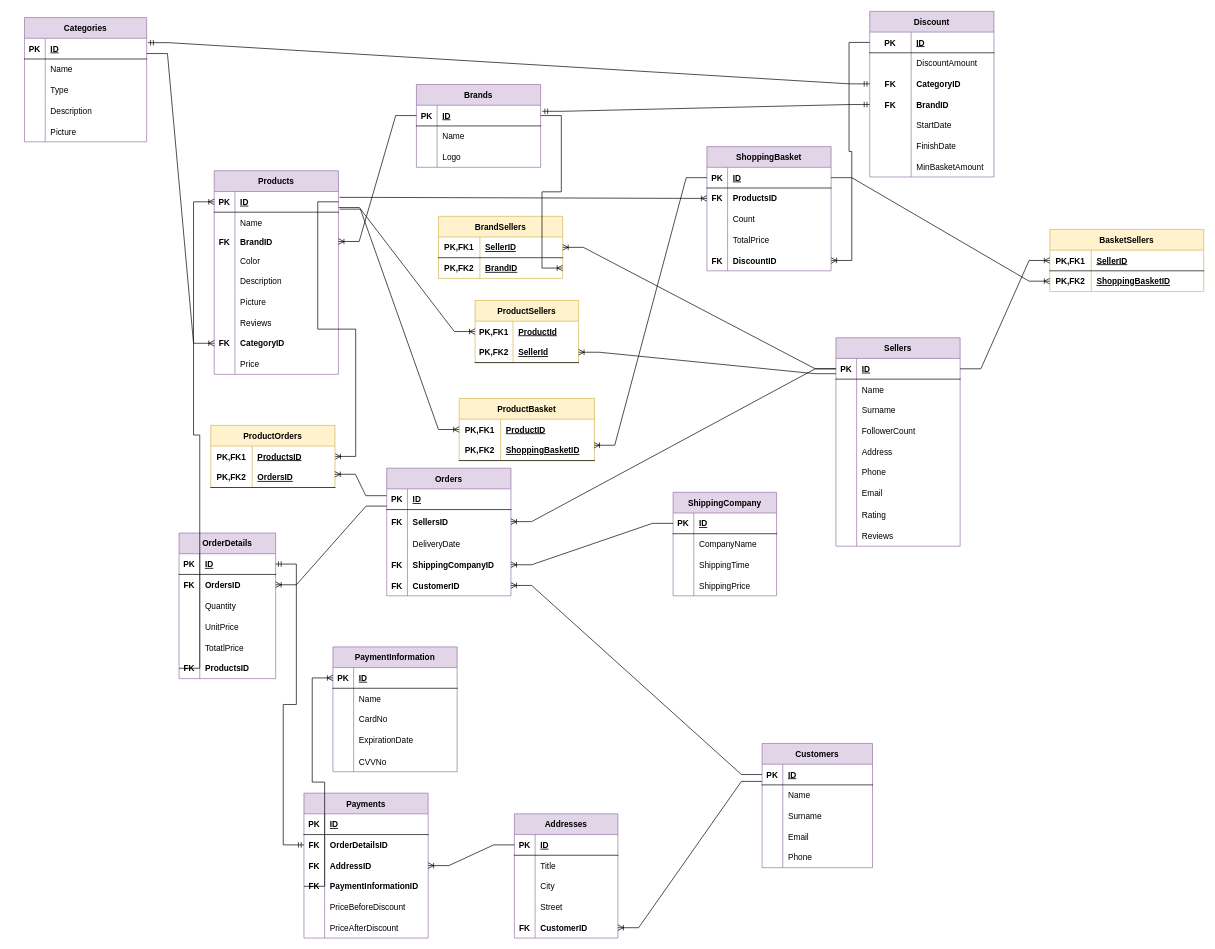
The draw.io diagram Son.drawio in HandeYetisen/Python, before the edit. Source tidied: cells renumbered, new cells numbered last; positions are measured from the earlier drawing's top-left corner, leaving out a move shared by most shapes. Both pictures are drawn from the tidied source at 69%, with x=0, y=0 at pixel (24, 11).
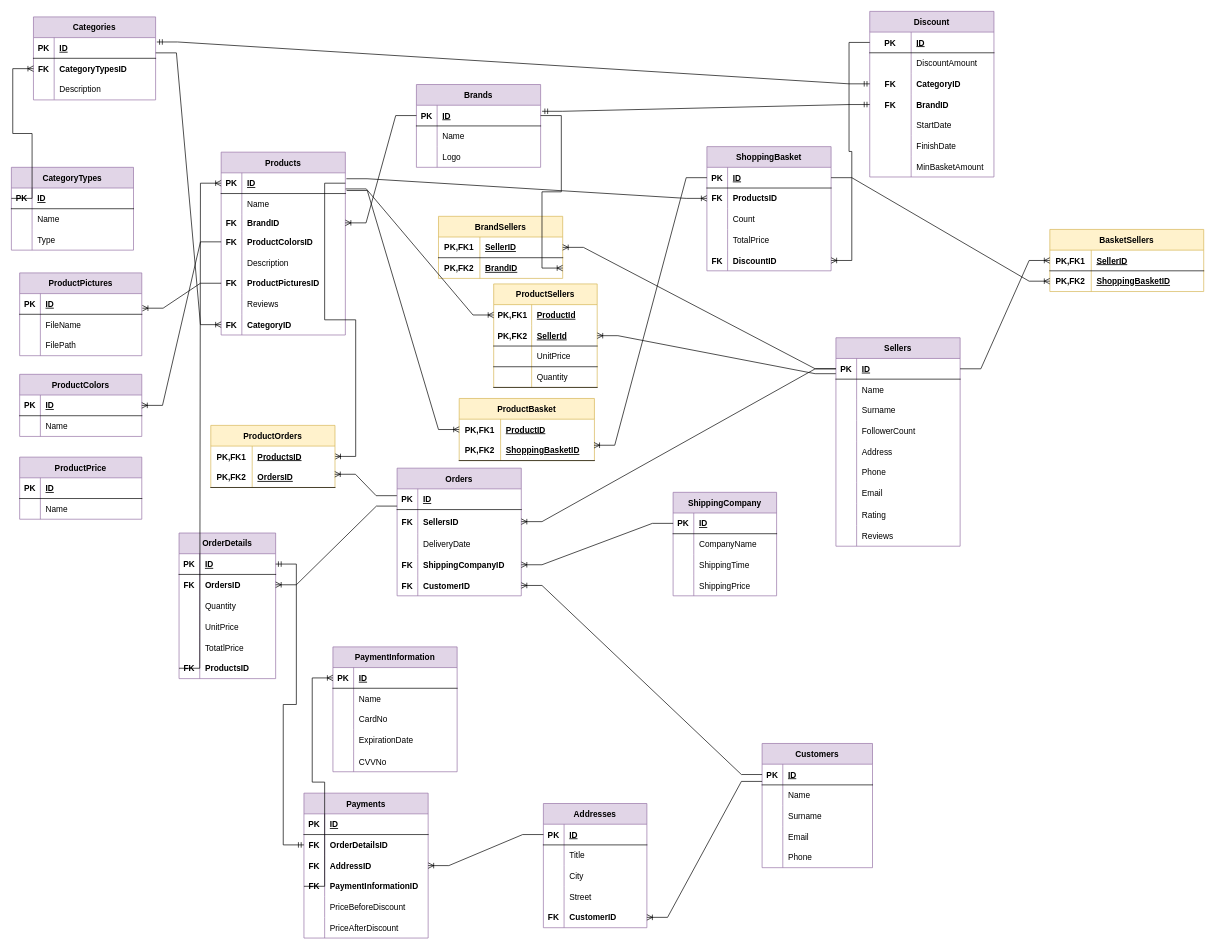
After the change.

Unchanged cells that the change refers to:
```xml
<mxCell id="12" style="shape=tableRow;horizontal=0;startSize=0;swimlaneHead=0;swimlaneBody=0;fillColor=none;points=[[0,0.5],[1,0.5]];portConstraint=eastwest;top=0;left=0;right=0;bottom=0;" parent="2" vertex="1">
  <mxGeometry y="115" width="180" height="30" as="geometry" />
</mxCell>
<mxCell id="18" style="shape=tableRow;horizontal=0;startSize=0;swimlaneHead=0;swimlaneBody=0;fillColor=none;points=[[0,0.5],[1,0.5]];portConstraint=eastwest;top=0;left=0;right=0;bottom=0;" parent="2" vertex="1">
  <mxGeometry y="175" width="180" height="30" as="geometry" />
</mxCell>
<mxCell id="34" style="shape=tableRow;horizontal=0;startSize=0;swimlaneHead=0;swimlaneBody=0;fillColor=none;points=[[0,0.5],[1,0.5]];portConstraint=eastwest;top=0;left=0;right=0;bottom=0;" parent="30" vertex="1">
  <mxGeometry y="60" width="177" height="30" as="geometry" />
</mxCell>
```

Diff of the diagram source:
```diff
@@
     <mxCell id="2" value="Products" style="shape=table;startSize=30;childLayout=tableLayout;rowLines=0;fontStyle=1;align=center;fillColor=#e1d5e7;strokeColor=#9673a6;" parent="1" vertex="1">
-      <mxGeometry x="275" y="231" width="180" height="295" as="geometry" />
+      <mxGeometry x="285" y="204" width="180" height="265" as="geometry" />
     </mxCell>
@@
-    <mxCell id="13" style="shape=partialRectangle;fillColor=none;top=0;left=0;bottom=0;right=0;overflow=hidden;" parent="12" vertex="1">
+    <mxCell id="13" value="FK" style="shape=partialRectangle;fillColor=none;top=0;left=0;bottom=0;right=0;overflow=hidden;fontStyle=1;" parent="12" vertex="1">
       <mxGeometry width="30" height="30" as="geometry" />
     </mxCell>
-    <mxCell id="14" value="Color" style="shape=partialRectangle;fillColor=none;top=0;left=0;bottom=0;right=0;align=left;spacingLeft=6;overflow=hidden;" parent="12" vertex="1">
+    <mxCell id="14" value="ProductColorsID" style="shape=partialRectangle;fillColor=none;top=0;left=0;bottom=0;right=0;align=left;spacingLeft=6;overflow=hidden;fontStyle=1;" parent="12" vertex="1">
       <mxGeometry x="30" width="150" height="30" as="geometry" />
     </mxCell>
@@
-    <mxCell id="19" style="shape=partialRectangle;fillColor=none;top=0;left=0;bottom=0;right=0;overflow=hidden;fontStyle=1;" parent="18" vertex="1">
+    <mxCell id="19" value="FK" style="shape=partialRectangle;fillColor=none;top=0;left=0;bottom=0;right=0;overflow=hidden;fontStyle=1;" parent="18" vertex="1">
       <mxGeometry width="30" height="30" as="geometry" />
     </mxCell>
-    <mxCell id="20" value="Picture" style="shape=partialRectangle;fillColor=none;top=0;left=0;bottom=0;right=0;align=left;spacingLeft=6;overflow=hidden;fontStyle=0;" parent="18" vertex="1">
+    <mxCell id="20" value="ProductPicturesID" style="shape=partialRectangle;fillColor=none;top=0;left=0;bottom=0;right=0;align=left;spacingLeft=6;overflow=hidden;fontStyle=1;" parent="18" vertex="1">
       <mxGeometry x="30" width="150" height="30" as="geometry" />
     </mxCell>
@@
-    <mxCell id="27" style="shape=tableRow;horizontal=0;startSize=0;swimlaneHead=0;swimlaneBody=0;fillColor=none;top=0;left=0;right=0;bottom=0;" parent="2" vertex="1">
-      <mxGeometry y="265" width="180" height="30" as="geometry" />
-    </mxCell>
-    <mxCell id="28" style="shape=partialRectangle;fillColor=none;top=0;left=0;bottom=0;right=0;overflow=hidden;fontStyle=1;" parent="27" vertex="1">
-      <mxGeometry width="30" height="30" as="geometry" />
-    </mxCell>
-    <mxCell id="29" value="Price" style="shape=partialRectangle;fillColor=none;top=0;left=0;bottom=0;right=0;align=left;spacingLeft=6;overflow=hidden;fontStyle=0;" parent="27" vertex="1">
-      <mxGeometry x="30" width="150" height="30" as="geometry" />
-    </mxCell>
     <mxCell id="30" value="Categories" style="shape=table;startSize=30;childLayout=tableLayout;rowLines=0;fontStyle=1;align=center;fillColor=#e1d5e7;strokeColor=#9673a6;" parent="1" vertex="1">
-      <mxGeometry y="9" width="177" height="180" as="geometry" />
+      <mxGeometry x="13" y="8" width="177" height="120.3" as="geometry" />
     </mxCell>
@@
-    <mxCell id="35" style="shape=partialRectangle;fillColor=none;top=0;left=0;bottom=0;right=0;overflow=hidden;" parent="34" vertex="1">
+    <mxCell id="35" value="FK" style="shape=partialRectangle;fillColor=none;top=0;left=0;bottom=0;right=0;overflow=hidden;fontStyle=1;" parent="34" vertex="1">
       <mxGeometry width="30" height="30" as="geometry" />
     </mxCell>
-    <mxCell id="36" value="Name" style="shape=partialRectangle;fillColor=none;top=0;left=0;bottom=0;right=0;align=left;spacingLeft=6;overflow=hidden;" parent="34" vertex="1">
+    <mxCell id="36" value="CategoryTypesID" style="shape=partialRectangle;fillColor=none;top=0;left=0;bottom=0;right=0;align=left;spacingLeft=6;overflow=hidden;fontStyle=1;" parent="34" vertex="1">
       <mxGeometry x="30" width="147" height="30" as="geometry" />
     </mxCell>
-    <mxCell id="37" style="shape=tableRow;horizontal=0;startSize=0;swimlaneHead=0;swimlaneBody=0;fillColor=none;top=0;left=0;right=0;bottom=0;" parent="30" vertex="1">
-      <mxGeometry y="90" width="177" height="30" as="geometry" />
-    </mxCell>
-    <mxCell id="38" style="shape=partialRectangle;fillColor=none;top=0;left=0;bottom=0;right=0;overflow=hidden;" parent="37" vertex="1">
-      <mxGeometry width="30" height="30" as="geometry" />
-    </mxCell>
-    <mxCell id="39" value="Type" style="shape=partialRectangle;fillColor=none;top=0;left=0;bottom=0;right=0;align=left;spacingLeft=6;overflow=hidden;" parent="37" vertex="1">
-      <mxGeometry x="30" width="147" height="30" as="geometry" />
-    </mxCell>
     <mxCell id="40" style="shape=tableRow;horizontal=0;startSize=0;swimlaneHead=0;swimlaneBody=0;fillColor=none;top=0;left=0;right=0;bottom=0;" parent="30" vertex="1">
-      <mxGeometry y="120" width="177" height="30" as="geometry" />
+      <mxGeometry y="90" width="177" height="30" as="geometry" />
     </mxCell>
@@
-    <mxCell id="43" style="shape=tableRow;horizontal=0;startSize=0;swimlaneHead=0;swimlaneBody=0;fillColor=none;top=0;left=0;right=0;bottom=0;" parent="30" vertex="1">
-      <mxGeometry y="150" width="177" height="30" as="geometry" />
-    </mxCell>
-    <mxCell id="44" style="shape=partialRectangle;fillColor=none;top=0;left=0;bottom=0;right=0;overflow=hidden;" parent="43" vertex="1">
-      <mxGeometry width="30" height="30" as="geometry" />
-    </mxCell>
-    <mxCell id="45" value="Picture" style="shape=partialRectangle;fillColor=none;top=0;left=0;bottom=0;right=0;align=left;spacingLeft=6;overflow=hidden;" parent="43" vertex="1">
-      <mxGeometry x="30" width="147" height="30" as="geometry" />
-    </mxCell>
@@
     <mxCell id="62" value="Addresses" style="shape=table;startSize=30;childLayout=tableLayout;rowLines=0;fontStyle=1;align=center;fillColor=#e1d5e7;strokeColor=#9673a6;" parent="1" vertex="1">
-      <mxGeometry x="710" y="1163" width="150" height="180" as="geometry" />
+      <mxGeometry x="752" y="1148" width="150" height="180" as="geometry" />
     </mxCell>
@@
     <mxCell id="79" value="Orders" style="shape=table;startSize=30;childLayout=tableLayout;rowLines=0;fontStyle=1;align=center;fillColor=#e1d5e7;strokeColor=#9673a6;" parent="1" vertex="1">
-      <mxGeometry x="525" y="662" width="180" height="185" as="geometry" />
+      <mxGeometry x="540" y="662" width="180" height="185" as="geometry" />
     </mxCell>
@@
     <mxCell id="168" value="ProductSellers" style="shape=table;startSize=30;childLayout=tableLayout;rowLines=0;fontStyle=1;align=center;fillColor=#fff2cc;strokeColor=#d6b656;" parent="1" vertex="1">
-      <mxGeometry x="653" y="419" width="150" height="90" as="geometry" />
+      <mxGeometry x="680" y="395" width="150" height="150" as="geometry" />
     </mxCell>
@@
+    <mxCell id="298" style="shape=tableRow;horizontal=0;startSize=0;swimlaneHead=0;swimlaneBody=0;fillColor=none;top=0;left=0;right=0;bottom=1;" parent="168" vertex="1">
+      <mxGeometry y="90" width="150" height="30" as="geometry" />
+    </mxCell>
+    <mxCell id="299" style="shape=partialRectangle;fillColor=none;top=0;left=0;bottom=0;right=0;fontStyle=1;overflow=hidden;" parent="298" vertex="1">
+      <mxGeometry width="55" height="30" as="geometry" />
+    </mxCell>
+    <mxCell id="300" value="UnitPrice" style="shape=partialRectangle;fillColor=none;top=0;left=0;bottom=0;right=0;align=left;spacingLeft=6;fontStyle=0;overflow=hidden;" parent="298" vertex="1">
+      <mxGeometry x="55" width="95" height="30" as="geometry" />
+    </mxCell>
+    <mxCell id="301" style="shape=tableRow;horizontal=0;startSize=0;swimlaneHead=0;swimlaneBody=0;fillColor=none;top=0;left=0;right=0;bottom=1;" parent="168" vertex="1">
+      <mxGeometry y="120" width="150" height="30" as="geometry" />
+    </mxCell>
+    <mxCell id="302" style="shape=partialRectangle;fillColor=none;top=0;left=0;bottom=0;right=0;fontStyle=1;overflow=hidden;" parent="301" vertex="1">
+      <mxGeometry width="55" height="30" as="geometry" />
+    </mxCell>
+    <mxCell id="303" value="Quantity" style="shape=partialRectangle;fillColor=none;top=0;left=0;bottom=0;right=0;align=left;spacingLeft=6;fontStyle=0;overflow=hidden;" parent="301" vertex="1">
+      <mxGeometry x="55" width="95" height="30" as="geometry" />
+    </mxCell>
@@
+    <mxCell id="304" value="CategoryTypes" style="shape=table;startSize=30;childLayout=tableLayout;rowLines=0;fontStyle=1;align=center;fillColor=#e1d5e7;strokeColor=#9673a6;" parent="1" vertex="1">
+      <mxGeometry x="-19" y="226" width="177" height="120" as="geometry" />
+    </mxCell>
+    <mxCell id="305" style="shape=tableRow;horizontal=0;startSize=0;swimlaneHead=0;swimlaneBody=0;fillColor=none;points=[[0,0.5],[1,0.5]];portConstraint=eastwest;top=0;left=0;right=0;bottom=1;" parent="304" vertex="1">
+      <mxGeometry y="30" width="177" height="30" as="geometry" />
+    </mxCell>
+    <mxCell id="306" value="PK" style="shape=partialRectangle;fillColor=none;top=0;left=0;bottom=0;right=0;fontStyle=1;overflow=hidden;" parent="305" vertex="1">
+      <mxGeometry width="30" height="30" as="geometry" />
+    </mxCell>
+    <mxCell id="307" value="ID" style="shape=partialRectangle;fillColor=none;top=0;left=0;bottom=0;right=0;align=left;spacingLeft=6;fontStyle=5;overflow=hidden;" parent="305" vertex="1">
+      <mxGeometry x="30" width="147" height="30" as="geometry" />
+    </mxCell>
+    <mxCell id="308" style="shape=tableRow;horizontal=0;startSize=0;swimlaneHead=0;swimlaneBody=0;fillColor=none;top=0;left=0;right=0;bottom=0;" parent="304" vertex="1">
+      <mxGeometry y="60" width="177" height="30" as="geometry" />
+    </mxCell>
+    <mxCell id="309" style="shape=partialRectangle;fillColor=none;top=0;left=0;bottom=0;right=0;overflow=hidden;" parent="308" vertex="1">
+      <mxGeometry width="30" height="30" as="geometry" />
+    </mxCell>
+    <mxCell id="310" value="Name" style="shape=partialRectangle;fillColor=none;top=0;left=0;bottom=0;right=0;align=left;spacingLeft=6;overflow=hidden;" parent="308" vertex="1">
+      <mxGeometry x="30" width="147" height="30" as="geometry" />
+    </mxCell>
+    <mxCell id="311" style="shape=tableRow;horizontal=0;startSize=0;swimlaneHead=0;swimlaneBody=0;fillColor=none;top=0;left=0;right=0;bottom=0;" parent="304" vertex="1">
+      <mxGeometry y="90" width="177" height="30" as="geometry" />
+    </mxCell>
+    <mxCell id="312" style="shape=partialRectangle;fillColor=none;top=0;left=0;bottom=0;right=0;overflow=hidden;" parent="311" vertex="1">
+      <mxGeometry width="30" height="30" as="geometry" />
+    </mxCell>
+    <mxCell id="39" value="Type" style="shape=partialRectangle;fillColor=none;top=0;left=0;bottom=0;right=0;align=left;spacingLeft=6;overflow=hidden;" parent="311" vertex="1">
+      <mxGeometry x="30" width="147" height="30" as="geometry" />
+    </mxCell>
+    <mxCell id="313" style="edgeStyle=entityRelationEdgeStyle;fontSize=12;html=1;endArrow=ERoneToMany;rounded=0;exitX=0;exitY=0.5;exitDx=0;exitDy=0;entryX=0;entryY=0.5;entryDx=0;entryDy=0;" parent="1" edge="1" source="305" target="34">
+      <mxGeometry relative="1" as="geometry" />
+    </mxCell>
+    <mxCell id="314" value="ProductPictures" style="shape=table;startSize=30;childLayout=tableLayout;rowLines=0;fontStyle=1;align=center;fillColor=#e1d5e7;strokeColor=#9673a6;" parent="1" vertex="1">
+      <mxGeometry x="-7" y="379" width="177" height="120" as="geometry" />
+    </mxCell>
+    <mxCell id="315" style="shape=tableRow;horizontal=0;startSize=0;swimlaneHead=0;swimlaneBody=0;fillColor=none;points=[[0,0.5],[1,0.5]];portConstraint=eastwest;top=0;left=0;right=0;bottom=1;" parent="314" vertex="1">
+      <mxGeometry y="30" width="177" height="30" as="geometry" />
+    </mxCell>
+    <mxCell id="316" value="PK" style="shape=partialRectangle;fillColor=none;top=0;left=0;bottom=0;right=0;fontStyle=1;overflow=hidden;" parent="315" vertex="1">
+      <mxGeometry width="30" height="30" as="geometry" />
+    </mxCell>
+    <mxCell id="317" value="ID" style="shape=partialRectangle;fillColor=none;top=0;left=0;bottom=0;right=0;align=left;spacingLeft=6;fontStyle=5;overflow=hidden;" parent="315" vertex="1">
+      <mxGeometry x="30" width="147" height="30" as="geometry" />
+    </mxCell>
+    <mxCell id="318" style="shape=tableRow;horizontal=0;startSize=0;swimlaneHead=0;swimlaneBody=0;fillColor=none;top=0;left=0;right=0;bottom=0;" parent="314" vertex="1">
+      <mxGeometry y="60" width="177" height="30" as="geometry" />
+    </mxCell>
+    <mxCell id="319" style="shape=partialRectangle;fillColor=none;top=0;left=0;bottom=0;right=0;overflow=hidden;" parent="318" vertex="1">
+      <mxGeometry width="30" height="30" as="geometry" />
+    </mxCell>
+    <mxCell id="320" value="FileName" style="shape=partialRectangle;fillColor=none;top=0;left=0;bottom=0;right=0;align=left;spacingLeft=6;overflow=hidden;" parent="318" vertex="1">
+      <mxGeometry x="30" width="147" height="30" as="geometry" />
+    </mxCell>
+    <mxCell id="321" style="shape=tableRow;horizontal=0;startSize=0;swimlaneHead=0;swimlaneBody=0;fillColor=none;top=0;left=0;right=0;bottom=0;" parent="314" vertex="1">
+      <mxGeometry y="90" width="177" height="30" as="geometry" />
+    </mxCell>
+    <mxCell id="322" style="shape=partialRectangle;fillColor=none;top=0;left=0;bottom=0;right=0;overflow=hidden;" parent="321" vertex="1">
+      <mxGeometry width="30" height="30" as="geometry" />
+    </mxCell>
+    <mxCell id="323" value="FilePath" style="shape=partialRectangle;fillColor=none;top=0;left=0;bottom=0;right=0;align=left;spacingLeft=6;overflow=hidden;" parent="321" vertex="1">
+      <mxGeometry x="30" width="147" height="30" as="geometry" />
+    </mxCell>
+    <mxCell id="324" style="edgeStyle=entityRelationEdgeStyle;fontSize=12;html=1;endArrow=ERoneToMany;rounded=0;exitX=0;exitY=0.5;exitDx=0;exitDy=0;entryX=1.005;entryY=0.705;entryDx=0;entryDy=0;entryPerimeter=0;" parent="1" edge="1" source="18" target="315">
+      <mxGeometry relative="1" as="geometry" />
+    </mxCell>
+    <mxCell id="325" value="ProductColors" style="shape=table;startSize=30;childLayout=tableLayout;rowLines=0;fontStyle=1;align=center;fillColor=#e1d5e7;strokeColor=#9673a6;" parent="1" vertex="1">
+      <mxGeometry x="-7" y="526" width="177" height="90" as="geometry" />
+    </mxCell>
+    <mxCell id="326" style="shape=tableRow;horizontal=0;startSize=0;swimlaneHead=0;swimlaneBody=0;fillColor=none;top=0;left=0;right=0;bottom=1;" parent="325" vertex="1">
+      <mxGeometry y="30" width="177" height="30" as="geometry" />
+    </mxCell>
+    <mxCell id="327" value="PK" style="shape=partialRectangle;fillColor=none;top=0;left=0;bottom=0;right=0;fontStyle=1;overflow=hidden;" parent="326" vertex="1">
+      <mxGeometry width="30" height="30" as="geometry" />
+    </mxCell>
+    <mxCell id="328" value="ID" style="shape=partialRectangle;fillColor=none;top=0;left=0;bottom=0;right=0;align=left;spacingLeft=6;fontStyle=5;overflow=hidden;" parent="326" vertex="1">
+      <mxGeometry x="30" width="147" height="30" as="geometry" />
+    </mxCell>
+    <mxCell id="329" style="shape=tableRow;horizontal=0;startSize=0;swimlaneHead=0;swimlaneBody=0;fillColor=none;top=0;left=0;right=0;bottom=0;" parent="325" vertex="1">
+      <mxGeometry y="60" width="177" height="30" as="geometry" />
+    </mxCell>
+    <mxCell id="330" style="shape=partialRectangle;fillColor=none;top=0;left=0;bottom=0;right=0;overflow=hidden;" parent="329" vertex="1">
+      <mxGeometry width="30" height="30" as="geometry" />
+    </mxCell>
+    <mxCell id="331" value="Name" style="shape=partialRectangle;fillColor=none;top=0;left=0;bottom=0;right=0;align=left;spacingLeft=6;overflow=hidden;" parent="329" vertex="1">
+      <mxGeometry x="30" width="147" height="30" as="geometry" />
+    </mxCell>
+    <mxCell id="332" style="edgeStyle=entityRelationEdgeStyle;fontSize=12;html=1;endArrow=ERoneToMany;rounded=0;entryX=1;entryY=0.5;entryDx=0;entryDy=0;exitX=0;exitY=0.5;exitDx=0;exitDy=0;" parent="1" edge="1" source="12" target="325">
+      <mxGeometry relative="1" as="geometry" />
+    </mxCell>
+    <mxCell id="333" value="ProductPrice" style="shape=table;startSize=30;childLayout=tableLayout;rowLines=0;fontStyle=1;align=center;fillColor=#e1d5e7;strokeColor=#9673a6;" parent="1" vertex="1">
+      <mxGeometry x="-7" y="646" width="177" height="90" as="geometry" />
+    </mxCell>
+    <mxCell id="334" style="shape=tableRow;horizontal=0;startSize=0;swimlaneHead=0;swimlaneBody=0;fillColor=none;top=0;left=0;right=0;bottom=1;" parent="333" vertex="1">
+      <mxGeometry y="30" width="177" height="30" as="geometry" />
+    </mxCell>
+    <mxCell id="335" value="PK" style="shape=partialRectangle;fillColor=none;top=0;left=0;bottom=0;right=0;fontStyle=1;overflow=hidden;" parent="334" vertex="1">
+      <mxGeometry width="30" height="30" as="geometry" />
+    </mxCell>
+    <mxCell id="336" value="ID" style="shape=partialRectangle;fillColor=none;top=0;left=0;bottom=0;right=0;align=left;spacingLeft=6;fontStyle=5;overflow=hidden;" parent="334" vertex="1">
+      <mxGeometry x="30" width="147" height="30" as="geometry" />
+    </mxCell>
+    <mxCell id="337" style="shape=tableRow;horizontal=0;startSize=0;swimlaneHead=0;swimlaneBody=0;fillColor=none;top=0;left=0;right=0;bottom=0;" parent="333" vertex="1">
+      <mxGeometry y="60" width="177" height="30" as="geometry" />
+    </mxCell>
+    <mxCell id="338" style="shape=partialRectangle;fillColor=none;top=0;left=0;bottom=0;right=0;overflow=hidden;" parent="337" vertex="1">
+      <mxGeometry width="30" height="30" as="geometry" />
+    </mxCell>
+    <mxCell id="339" value="Name" style="shape=partialRectangle;fillColor=none;top=0;left=0;bottom=0;right=0;align=left;spacingLeft=6;overflow=hidden;" parent="337" vertex="1">
+      <mxGeometry x="30" width="147" height="30" as="geometry" />
+    </mxCell>
```
